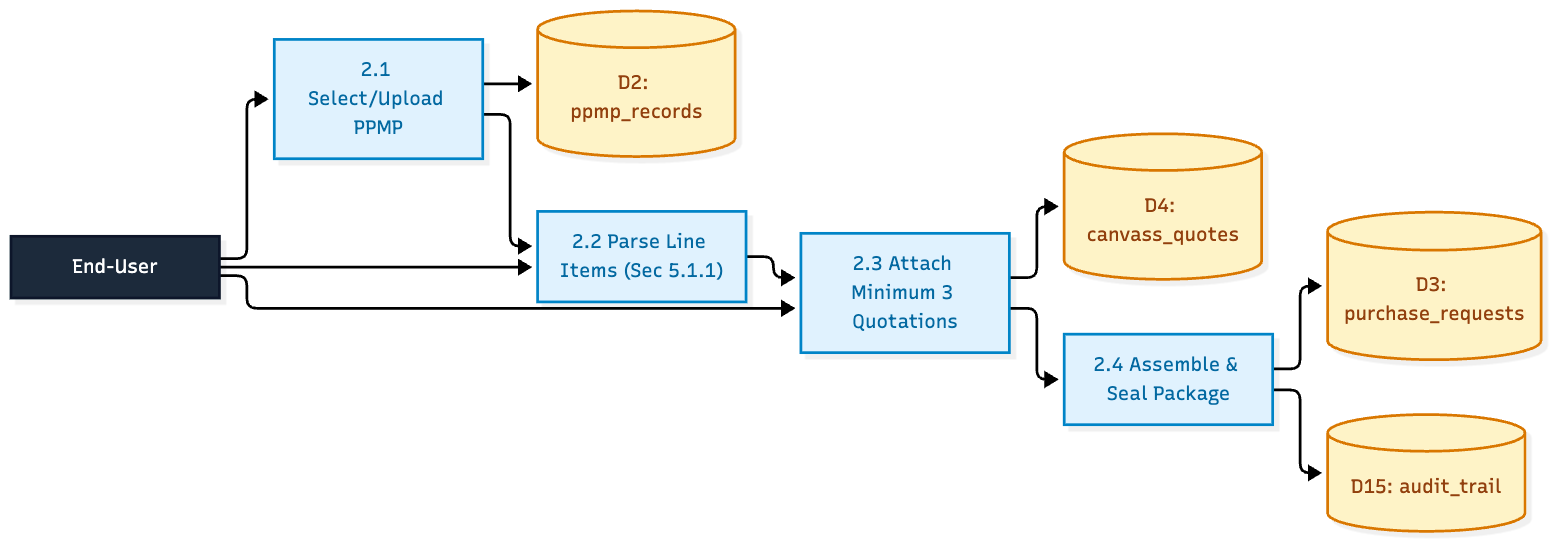
CarloBoang/procurewise-1 keeps this Mermaid diagram as docs/flowcharts/dfd_level_2_process_2_requisition.png. Above is the earlier version. Its source is kept beside it as docs/flowcharts/dfd_level_2_process_2_requisition.mmd.
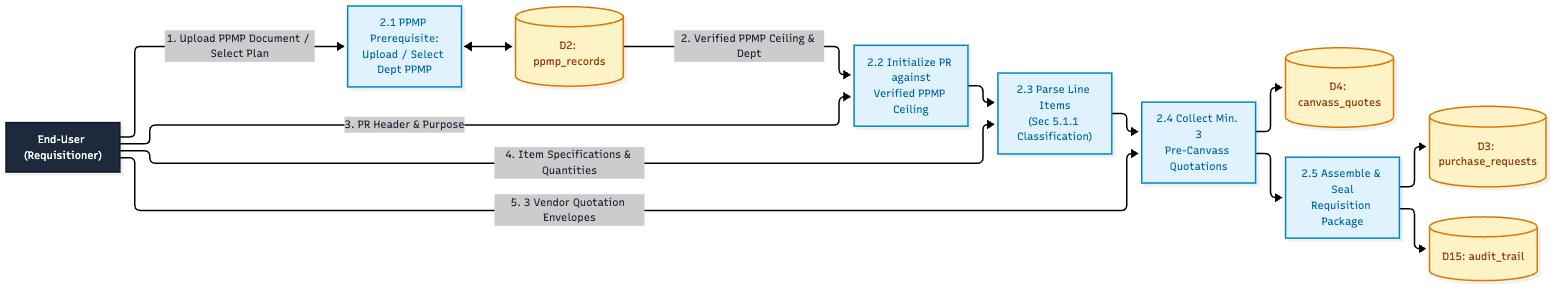
Above is the later version.

Diff of the diagram source:
```diff
@@ -3,24 +3,27 @@
     classDef subproc fill:#e0f2fe,stroke:#0284c7,color:#0369a1;
     classDef ds fill:#fef3c7,stroke:#d97706,color:#92400e;
 
-    EU["End-User"]:::entity
-    P21["2.1 Select/Upload PPMP"]:::subproc
-    P22["2.2 Parse Line Items (Sec 5.1.1)"]:::subproc
-    P23["2.3 Attach Minimum 3 Quotations"]:::subproc
-    P24["2.4 Assemble & Seal Package"]:::subproc
+    EU["End-User (Requisitioner)"]:::entity
+    P21["2.1 PPMP Prerequisite:<br/>Upload / Select Dept PPMP"]:::subproc
+    P22["2.2 Initialize PR against<br/>Verified PPMP Ceiling"]:::subproc
+    P23["2.3 Parse Line Items<br/>(Sec 5.1.1 Classification)"]:::subproc
+    P24["2.4 Collect Min. 3<br/>Pre-Canvass Quotations"]:::subproc
+    P25["2.5 Assemble & Seal<br/>Requisition Package"]:::subproc
 
     D_PPMP[("D2: ppmp_records")]:::ds
     D_PR[("D3: purchase_requests")]:::ds
     D_QUOTES[("D4: canvass_quotes")]:::ds
     D_AUDIT[("D15: audit_trail")]:::ds
 
-    EU --> P21
-    P21 --> D_PPMP
-    P21 --> P22
-    EU --> P22
+    EU -- "1. Upload PPMP Document / Select Plan" --> P21
+    P21 <--> D_PPMP
+    D_PPMP -- "2. Verified PPMP Ceiling & Dept" --> P22
+    EU -- "3. PR Header & Purpose" --> P22
     P22 --> P23
-    EU --> P23
-    P23 --> D_QUOTES
+    EU -- "4. Item Specifications & Quantities" --> P23
     P23 --> P24
-    P24 --> D_PR
-    P24 --> D_AUDIT
+    EU -- "5. 3 Vendor Quotation Envelopes" --> P24
+    P24 --> D_QUOTES
+    P24 --> P25
+    P25 --> D_PR
+    P25 --> D_AUDIT
```
